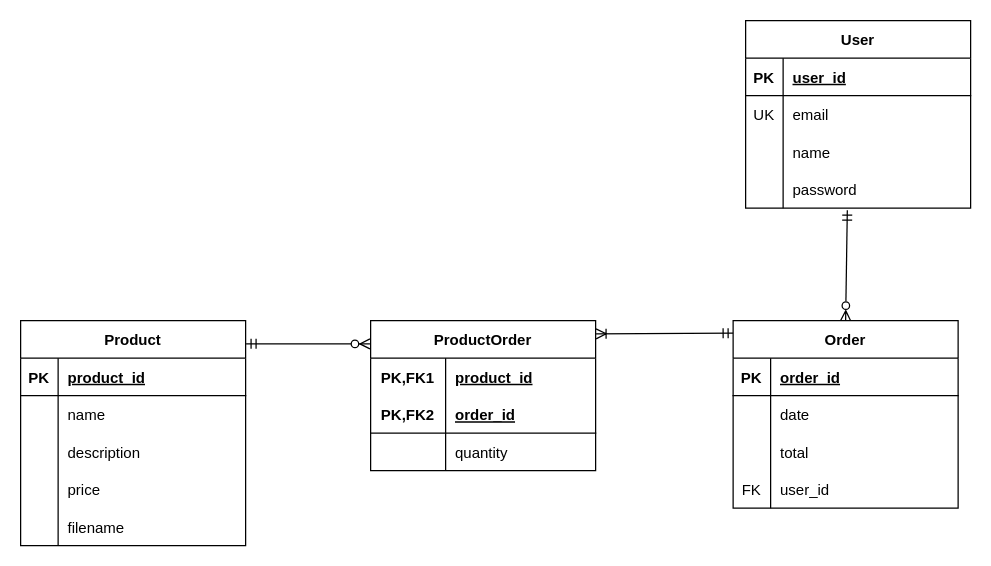
JeroenHeemskerk/educom-webshop-database-1690270728 keeps this draw.io diagram as Diagrams/ERD.drawio. Above is the earlier version. Source tidied: cells renumbered, new cells numbered last; positions are measured from the earlier drawing's top-left corner, leaving out a move shared by most shapes. Both pictures are drawn from the tidied source at 125%, with x=0, y=0 at pixel (20, 20).
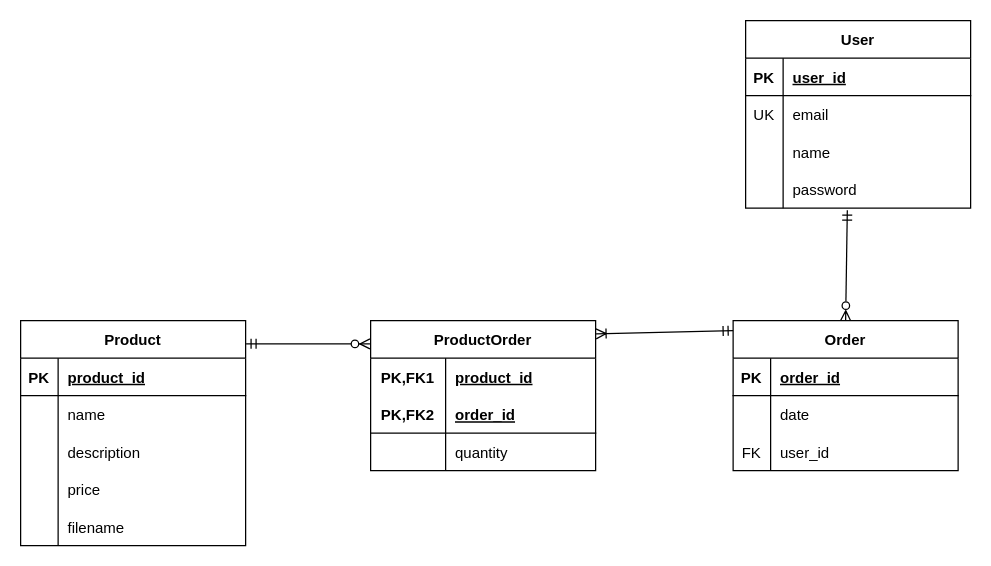
The same page after the edit.

Change to the diagram source:
```diff
@@
     <mxCell id="18" value="Order" style="shape=table;startSize=30;childLayout=tableLayout;rowLines=0;fontStyle=1;align=center;" parent="1" vertex="1">
-      <mxGeometry x="570" y="240" width="180" height="150" as="geometry" />
+      <mxGeometry x="570" y="240" width="180" height="120" as="geometry" />
     </mxCell>
@@
-    <mxCell id="25" style="shape=tableRow;horizontal=0;startSize=0;swimlaneHead=0;swimlaneBody=0;fillColor=none;top=0;left=0;right=0;bottom=0;" parent="18" vertex="1">
-      <mxGeometry y="90" width="180" height="30" as="geometry" />
-    </mxCell>
-    <mxCell id="26" style="shape=partialRectangle;fillColor=none;top=0;left=0;bottom=0;right=0;overflow=hidden;" parent="25" vertex="1">
-      <mxGeometry width="30" height="30" as="geometry" />
-    </mxCell>
-    <mxCell id="27" value="total" style="shape=partialRectangle;fillColor=none;top=0;left=0;bottom=0;right=0;align=left;spacingLeft=6;overflow=hidden;" parent="25" vertex="1">
-      <mxGeometry x="30" width="150" height="30" as="geometry" />
-    </mxCell>
     <mxCell id="28" style="shape=tableRow;horizontal=0;startSize=0;swimlaneHead=0;swimlaneBody=0;fillColor=none;top=0;left=0;right=0;bottom=0;" parent="18" vertex="1">
-      <mxGeometry y="120" width="180" height="30" as="geometry" />
+      <mxGeometry y="90" width="180" height="30" as="geometry" />
     </mxCell>
```
